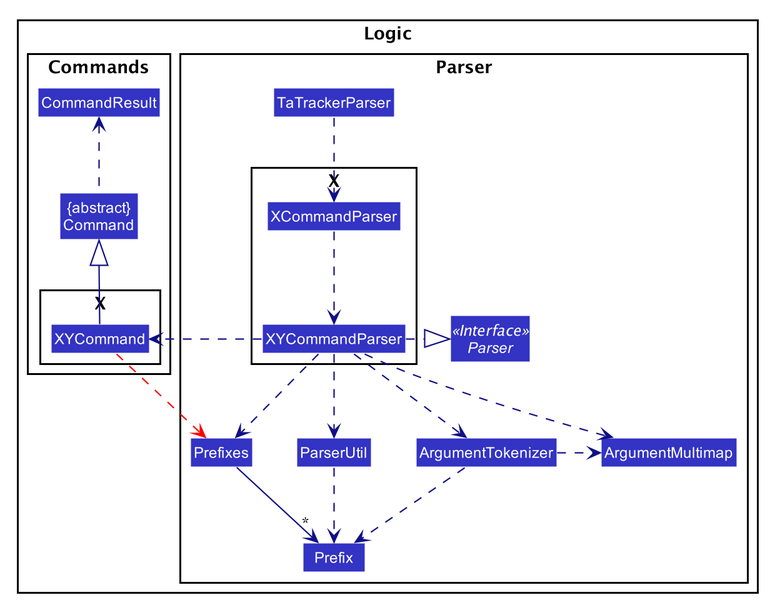
This is images/LogicClassDiagram2.png from aakanksha-rai/main, a PlantUML export, as it was before one commit.
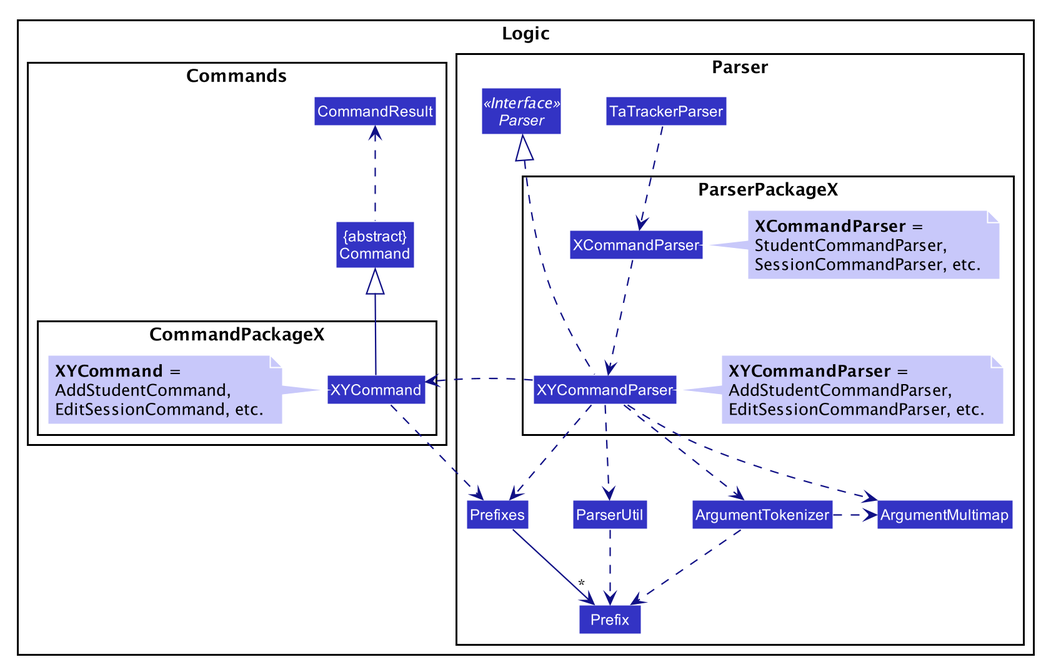
After the commit.

The edit, as a diff of the source:
```diff
@@ -50,6 +50,8 @@
 skinparam arrowThickness 1.1
 skinparam arrowColor #101086
 skinparam classBackgroundColor #3333C4
+skinparam noteBackgroundColor #C8C8FA
+skinparam noteBorderColor LOGIC_COLOR_1
 
 package Logic {
     package Parser as ParserPkg {
@@ -57,16 +59,27 @@
         Class TaTrackerParser
         Interface Parser <<Interface>>
 
+        package ParserPackageX {
+            Class XCommandParser
+            note right of XCommandParser
+            <b>XCommandParser</b> =
+            StudentCommandParser,
+            SessionCommandParser, etc.
+            end note
 
-        package X as ModelParser {
-            Class XCommandParser
             Class XYCommandParser
+            note right of XYCommandParser
+            <b>XYCommandParser</b> =
+            AddStudentCommandParser,
+            EditSessionCommandParser, etc.
+            end note
 
             TaTrackerParser .down.> XCommandParser
             XCommandParser .down.> XYCommandParser
         }
 
-        XYCommandParser .right.|> Parser
+        XYCommandParser .left.|> Parser
+        Parser .right[hidden].> TaTrackerParser
 
         Class Prefix
 
@@ -79,6 +92,7 @@
 
 
         Prefixes -right[hidden]- ParserUtil
+        ParserUtil -right[hidden]- ArgumentMultimap
 
         XYCommandParser .down.> ArgumentMultimap
         XYCommandParser .down.> ArgumentTokenizer
@@ -92,8 +106,14 @@
         Prefixes -down-> "*" Prefix
     }
 
-    package Commands as ModelCommand {
-        package X {
+    package Commands as CommandsPkg {
+
+        package CommandPackageX {
+            note left of XYCommand
+            <b>XYCommand</b> =
+            AddStudentCommand,
+            EditSessionCommand, etc.
+            end note
             Class XYCommand
         }
 
@@ -103,7 +123,7 @@
         Command .up.> CommandResult
         XYCommand -up-|> Command
 
-        XYCommand .down[#Red].> Prefixes
+        XYCommand .down[#101086].> Prefixes
     }
 
     XYCommandParser .right.> XYCommand
```
